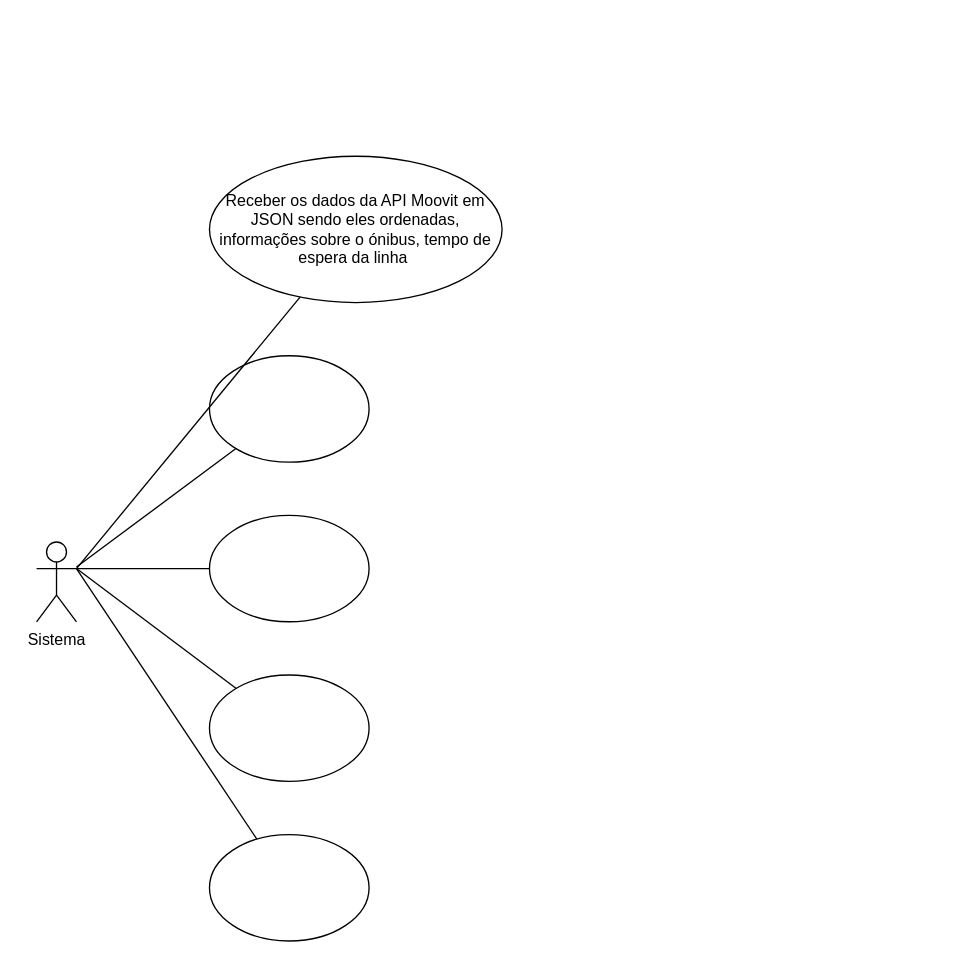
Before: Diagrama sem nome.drawio in BradKynndy/Diagrama-de-casos, a draw.io diagram. Source tidied: cells renumbered, new cells numbered last; positions are measured from the earlier drawing's top-left corner, leaving out a move shared by most shapes. Both pictures are drawn from the tidied source at 133%, with x=0, y=0 at pixel (36, 156).
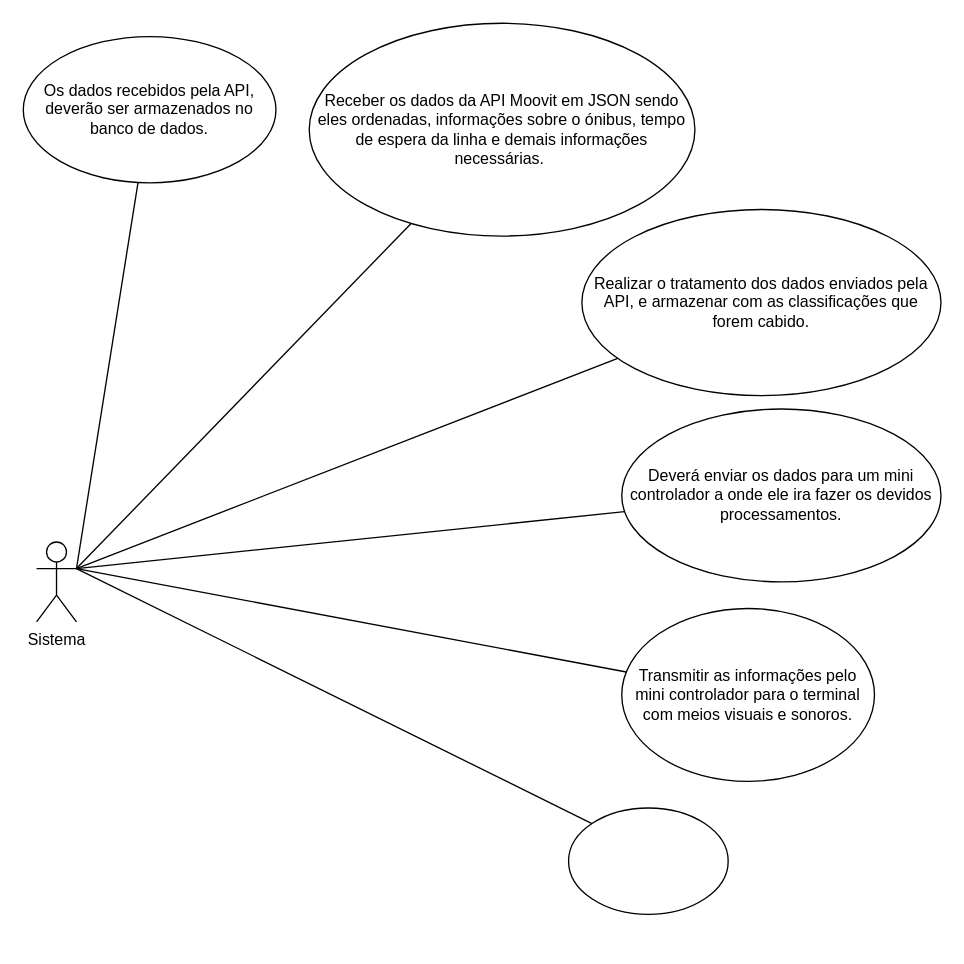
Above is the later version.

Diff of the diagram source:
```diff
@@
 <mxGraphModel>
   <root>
     <mxCell id="0" />
     <mxCell id="1" parent="0" />
     <mxCell id="2" value="Sistema" style="shape=umlActor;verticalLabelPosition=bottom;verticalAlign=top;html=1;outlineConnect=0;" parent="1" vertex="1">
       <mxGeometry y="290" width="30" height="60" as="geometry" />
     </mxCell>
-    <mxCell id="3" style="ellipse;whiteSpace=wrap;html=1;" parent="1" vertex="1">
-      <mxGeometry x="130" y="150" width="120" height="80" as="geometry" />
+    <mxCell id="3" value="Os dados recebidos pela API, deverão ser armazenados no banco de dados." style="ellipse;whiteSpace=wrap;html=1;" parent="1" vertex="1">
+      <mxGeometry x="-10" y="-90" width="190" height="110" as="geometry" />
     </mxCell>
-    <mxCell id="4" style="ellipse;whiteSpace=wrap;html=1;" parent="1" vertex="1">
-      <mxGeometry x="130" y="270" width="120" height="80" as="geometry" />
+    <mxCell id="4" value="&lt;div style=&quot;&quot;&gt;&lt;span style=&quot;background-color: initial;&quot;&gt;Realizar o tratamento dos dados enviados pela API, e armazenar com as classificações que forem cabido.&lt;/span&gt;&lt;/div&gt;" style="ellipse;whiteSpace=wrap;html=1;align=center;" parent="1" vertex="1">
+      <mxGeometry x="410" y="40" width="270" height="140" as="geometry" />
     </mxCell>
-    <mxCell id="5" style="ellipse;whiteSpace=wrap;html=1;" parent="1" vertex="1">
-      <mxGeometry x="130" y="390" width="120" height="80" as="geometry" />
+    <mxCell id="5" value="Deverá enviar os dados para um mini controlador a onde ele ira fazer os devidos processamentos." style="ellipse;whiteSpace=wrap;html=1;align=center;" parent="1" vertex="1">
+      <mxGeometry x="440" y="190" width="240" height="130" as="geometry" />
     </mxCell>
-    <mxCell id="6" style="endArrow=none;html=1;rounded=0;" parent="1" edge="1" source="2" target="3">
-      <mxGeometry relative="1" as="geometry" />
+    <mxCell id="6" style="endArrow=none;html=1;rounded=0;" parent="1" edge="1" target="3">
+      <mxGeometry relative="1" as="geometry">
+        <mxPoint x="30" y="310" as="sourcePoint" />
+      </mxGeometry>
     </mxCell>
     <mxCell id="7" style="endArrow=none;html=1;rounded=0;exitX=1;exitY=0.3333333333333333;exitDx=0;exitDy=0;exitPerimeter=0;" parent="1" edge="1" source="2" target="4">
       <mxGeometry relative="1" as="geometry" />
     </mxCell>
     <mxCell id="8" style="endArrow=none;html=1;rounded=0;exitX=1;exitY=0.3333333333333333;exitDx=0;exitDy=0;exitPerimeter=0;" parent="1" edge="1" source="2" target="5">
       <mxGeometry relative="1" as="geometry" />
     </mxCell>
-    <mxCell id="9" value="Receber os dados da API Moovit em JSON sendo eles ordenadas, informações sobre o ónibus, tempo de espera da linha&amp;nbsp;" style="ellipse;whiteSpace=wrap;html=1;" parent="1" vertex="1">
-      <mxGeometry x="130" width="220" height="110" as="geometry" />
+    <mxCell id="9" value="&lt;div style=&quot;&quot;&gt;&lt;span style=&quot;background-color: initial;&quot;&gt;Receber os dados da API Moovit em JSON sendo eles ordenadas, informações sobre o ónibus, tempo de espera da linha e demais informações necessárias.&amp;nbsp;&lt;/span&gt;&lt;/div&gt;" style="ellipse;whiteSpace=wrap;html=1;align=center;" parent="1" vertex="1">
+      <mxGeometry x="205" y="-100" width="290" height="160" as="geometry" />
     </mxCell>
-    <mxCell id="10" style="ellipse;whiteSpace=wrap;html=1;" parent="1" vertex="1">
-      <mxGeometry x="130" y="510" width="120" height="80" as="geometry" />
+    <mxCell id="10" value="Transmitir as informações pelo mini controlador para o terminal com meios visuais e sonoros." style="ellipse;whiteSpace=wrap;html=1;" parent="1" vertex="1">
+      <mxGeometry x="440" y="340" width="190" height="130" as="geometry" />
     </mxCell>
     <mxCell id="11" style="endArrow=none;html=1;rounded=0;exitX=1;exitY=0.3333333333333333;exitDx=0;exitDy=0;exitPerimeter=0;" parent="1" edge="1" source="2" target="9">
       <mxGeometry relative="1" as="geometry" />
     </mxCell>
     <mxCell id="12" style="endArrow=none;html=1;rounded=0;entryX=1;entryY=0.3333333333333333;entryDx=0;entryDy=0;entryPerimeter=0;" parent="1" edge="1" source="10" target="2">
       <mxGeometry relative="1" as="geometry" />
     </mxCell>
+    <mxCell id="13" style="ellipse;whiteSpace=wrap;html=1;" parent="1" vertex="1">
+      <mxGeometry x="400" y="490" width="120" height="80" as="geometry" />
+    </mxCell>
+    <mxCell id="14" style="endArrow=none;html=1;rounded=0;entryX=0;entryY=0;entryDx=0;entryDy=0;" parent="1" edge="1" target="13">
+      <mxGeometry relative="1" as="geometry">
+        <mxPoint x="30" y="310" as="sourcePoint" />
+      </mxGeometry>
+    </mxCell>
   </root>
 </mxGraphModel>
```
